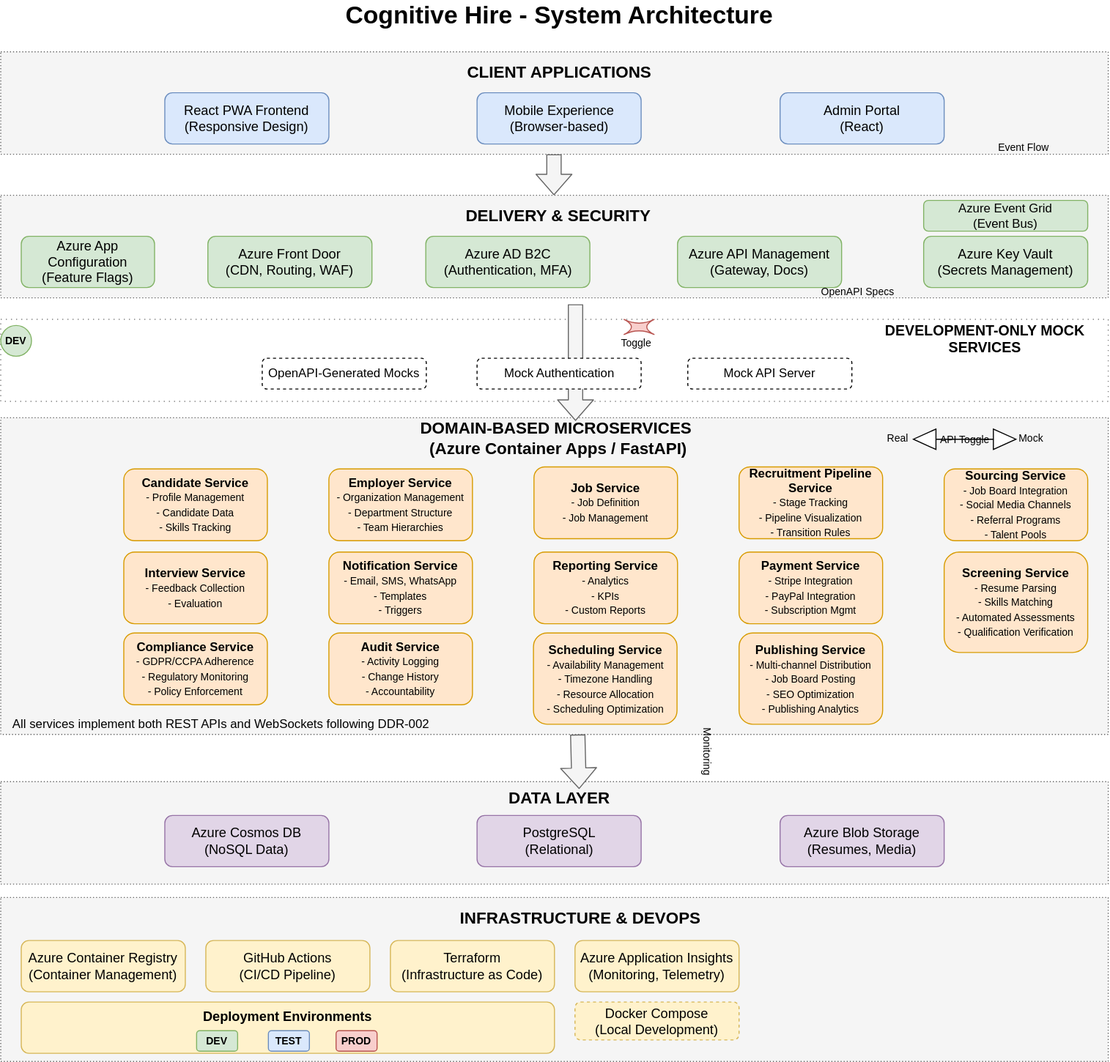
Before: docs/architecture/diagrams/sys-architecture.svg, a diagram exported from draw.io (artha-nirman/cognitive-hire). Source tidied: cells renumbered, new cells last; positions are measured from the earlier drawing's top-left corner, leaving out a move shared by most shapes.
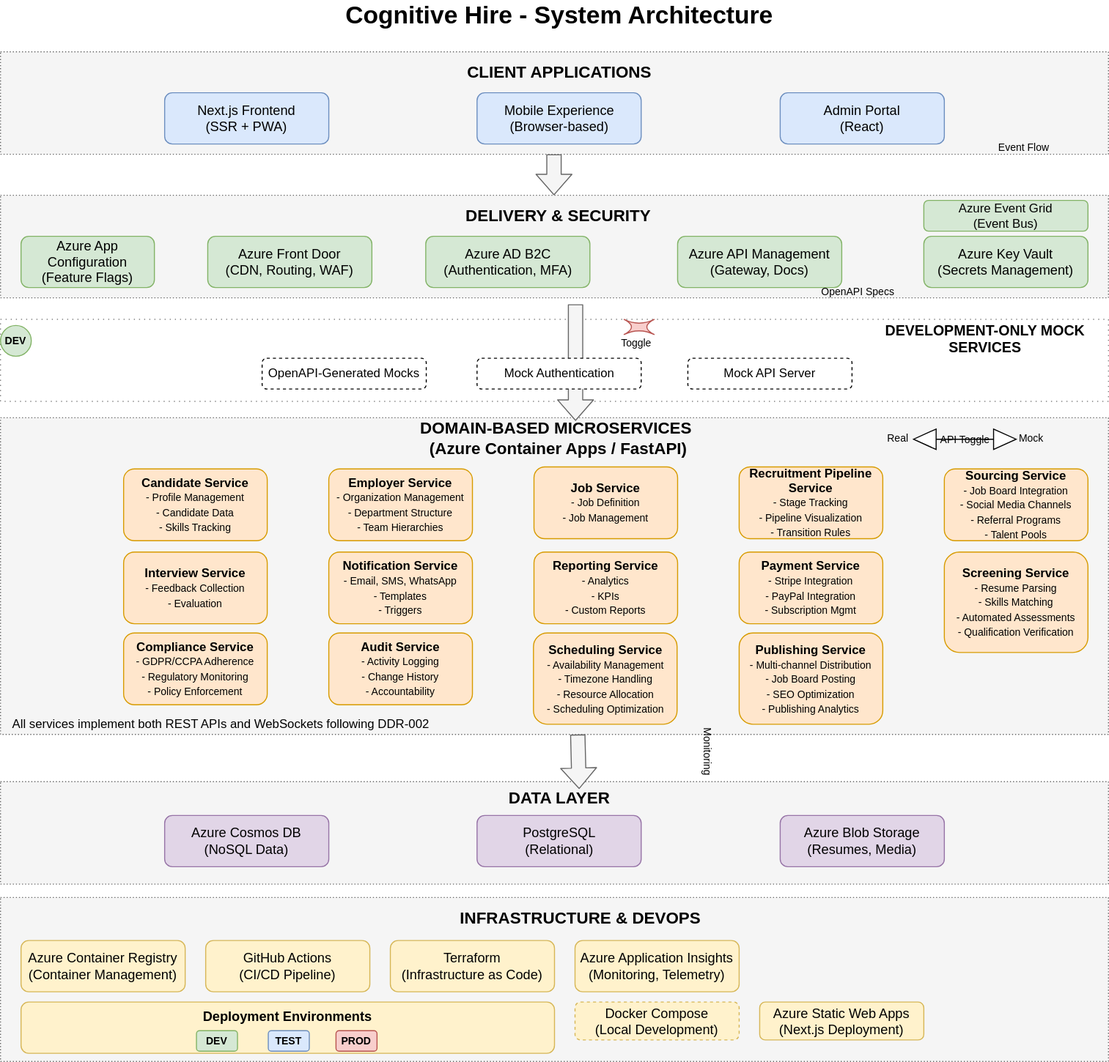
After the change.

The edit, as a diff of the source:
```diff
@@ -20,7 +20,7 @@
     <mxCell id="7" value="CLIENT APPLICATIONS" style="text;html=1;strokeColor=none;fillColor=none;align=center;verticalAlign=middle;whiteSpace=wrap;rounded=0;fontStyle=1;fontSize=16;" parent="1" vertex="1">
       <mxGeometry x="429.5" y="60" width="230" height="20" as="geometry" />
     </mxCell>
-    <mxCell id="8" value="React PWA Frontend&lt;br&gt;(Responsive Design)" style="rounded=1;whiteSpace=wrap;html=1;fillColor=#dae8fc;strokeColor=#6c8ebf;fontSize=13;" parent="1" vertex="1">
+    <mxCell id="8" value="Next.js Frontend&lt;br&gt;(SSR + PWA)" style="rounded=1;whiteSpace=wrap;html=1;fillColor=#dae8fc;strokeColor=#6c8ebf;fontSize=13;" parent="1" vertex="1">
       <mxGeometry x="160" y="90" width="160" height="50" as="geometry" />
     </mxCell>
     <mxCell id="9" value="Mobile Experience&lt;br&gt;(Browser-based)" style="rounded=1;whiteSpace=wrap;html=1;fillColor=#dae8fc;strokeColor=#6c8ebf;fontSize=13;" parent="1" vertex="1">
@@ -203,5 +203,8 @@
     <mxCell id="67" value="All services implement both REST APIs and WebSockets following DDR-002" style="text;html=1;strokeColor=none;fillColor=none;align=center;verticalAlign=middle;whiteSpace=wrap;rounded=0;fontSize=12;" parent="1" vertex="1">
       <mxGeometry x="10" y="696" width="410" height="20" as="geometry" />
     </mxCell>
+    <mxCell id="68" value="Azure Static Web Apps&lt;br&gt;(Next.js Deployment)" style="rounded=1;whiteSpace=wrap;html=1;fillColor=#fff2cc;strokeColor=#d6b656;fontSize=13;" parent="1" vertex="1">
+      <mxGeometry x="740" y="977" width="160" height="37" as="geometry" />
+    </mxCell>
   </root>
 </mxGraphModel>
```
